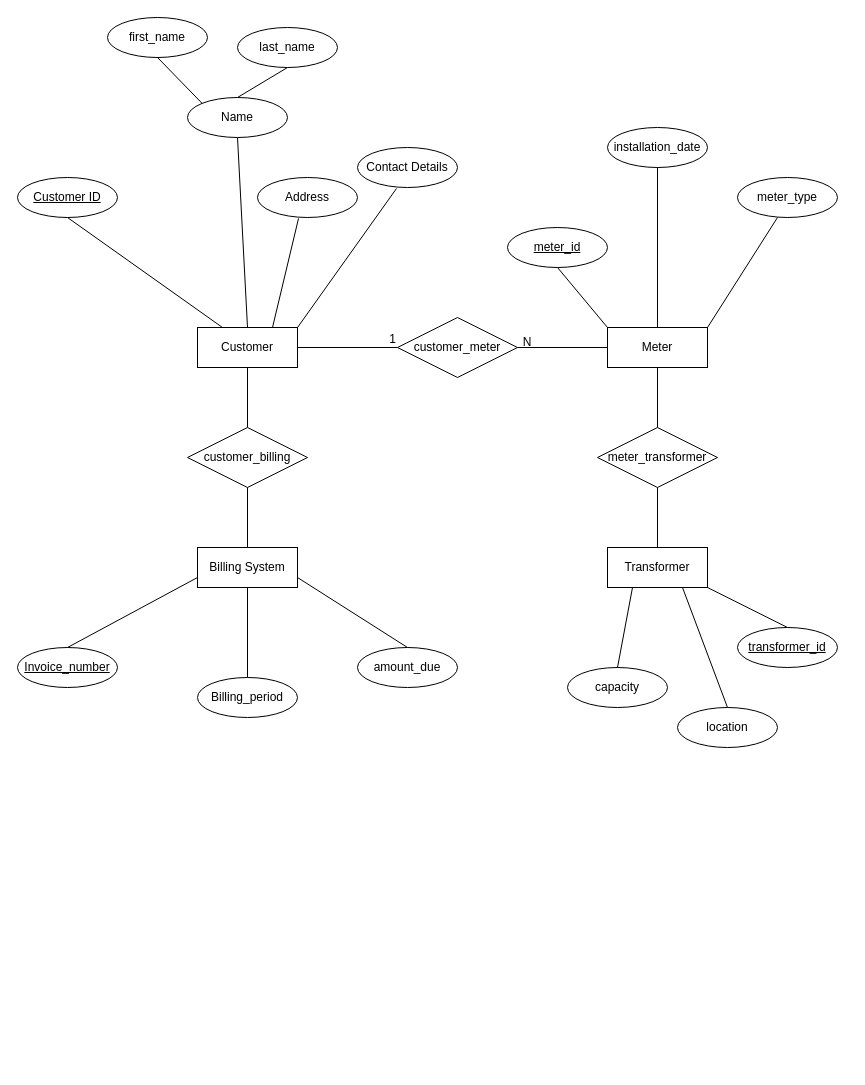
Frederick-Teye/ECG-Entity-Relationship-Diagram keeps this draw.io diagram as ECG Entity Relationship Diagram.drawio. Above is the earlier version. Source tidied: cells renumbered, new cells numbered last; positions are measured from the earlier drawing's top-left corner, leaving out a move shared by most shapes. Both pictures are drawn from the tidied source at 100%, with x=0, y=0 at pixel (17, 17).
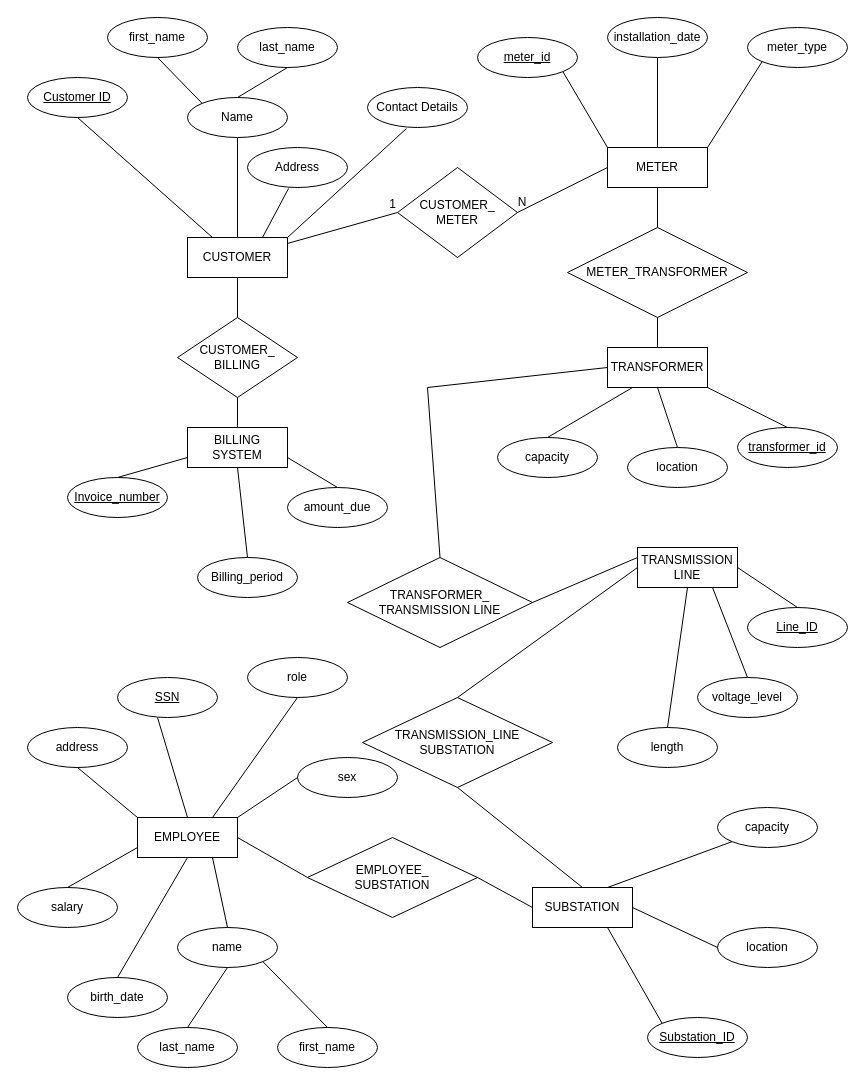
The same page after the edit.

Diff of the diagram source:
```diff
@@
-    <mxCell id="2" value="Customer" style="whiteSpace=wrap;html=1;align=center;" parent="1" vertex="1">
-      <mxGeometry x="180" y="310" width="100" height="40" as="geometry" />
+    <mxCell id="2" value="CUSTOMER" style="whiteSpace=wrap;html=1;align=center;" parent="1" vertex="1">
+      <mxGeometry x="170" y="220" width="100" height="40" as="geometry" />
     </mxCell>
     <mxCell id="3" value="Customer ID" style="ellipse;whiteSpace=wrap;html=1;align=center;fontStyle=4;" parent="1" vertex="1">
-      <mxGeometry y="160" width="100" height="40" as="geometry" />
+      <mxGeometry x="10" y="60" width="100" height="40" as="geometry" />
     </mxCell>
@@
     <mxCell id="7" value="Address" style="ellipse;whiteSpace=wrap;html=1;align=center;" parent="1" vertex="1">
-      <mxGeometry x="240" y="160" width="100" height="40" as="geometry" />
+      <mxGeometry x="230" y="130" width="100" height="40" as="geometry" />
     </mxCell>
@@
     <mxCell id="9" value="Contact Details" style="ellipse;whiteSpace=wrap;html=1;align=center;" parent="1" vertex="1">
-      <mxGeometry x="340" y="130" width="100" height="40" as="geometry" />
+      <mxGeometry x="350" y="70" width="100" height="40" as="geometry" />
     </mxCell>
@@
-    <mxCell id="15" value="Meter" style="whiteSpace=wrap;html=1;align=center;" parent="1" vertex="1">
-      <mxGeometry x="590" y="310" width="100" height="40" as="geometry" />
+    <mxCell id="15" value="METER" style="whiteSpace=wrap;html=1;align=center;" parent="1" vertex="1">
+      <mxGeometry x="590" y="130" width="100" height="40" as="geometry" />
     </mxCell>
-    <mxCell id="16" style="endArrow=none;html=1;rounded=0;exitX=0.5;exitY=1;exitDx=0;exitDy=0;entryX=0;entryY=0;entryDx=0;entryDy=0;" parent="1" edge="1" target="15">
-      <mxGeometry relative="1" as="geometry">
-        <mxPoint x="540" y="250" as="sourcePoint" />
-      </mxGeometry>
+    <mxCell id="16" style="endArrow=none;html=1;rounded=0;exitX=1;exitY=1;exitDx=0;exitDy=0;entryX=0;entryY=0;entryDx=0;entryDy=0;" parent="1" edge="1" source="26" target="15">
+      <mxGeometry relative="1" as="geometry" />
     </mxCell>
     <mxCell id="17" value="installation_date" style="ellipse;whiteSpace=wrap;html=1;align=center;" parent="1" vertex="1">
-      <mxGeometry x="590" y="110" width="100" height="40" as="geometry" />
+      <mxGeometry x="590" width="100" height="40" as="geometry" />
     </mxCell>
@@
     <mxCell id="19" value="meter_type" style="ellipse;whiteSpace=wrap;html=1;align=center;" parent="1" vertex="1">
-      <mxGeometry x="720" y="160" width="100" height="40" as="geometry" />
+      <mxGeometry x="730" y="10" width="100" height="40" as="geometry" />
     </mxCell>
-    <mxCell id="20" style="endArrow=none;html=1;rounded=0;entryX=0.5;entryY=1;entryDx=0;entryDy=0;exitX=1;exitY=0;exitDx=0;exitDy=0;" parent="1" edge="1" source="15">
-      <mxGeometry relative="1" as="geometry">
-        <mxPoint x="760" y="200" as="targetPoint" />
-      </mxGeometry>
+    <mxCell id="20" style="endArrow=none;html=1;rounded=0;entryX=0;entryY=1;entryDx=0;entryDy=0;exitX=1;exitY=0;exitDx=0;exitDy=0;" parent="1" edge="1" source="15" target="19">
+      <mxGeometry relative="1" as="geometry" />
     </mxCell>
-    <mxCell id="21" value="customer_meter" style="shape=rhombus;perimeter=rhombusPerimeter;whiteSpace=wrap;html=1;align=center;" parent="1" vertex="1">
-      <mxGeometry x="380" y="300" width="120" height="60" as="geometry" />
+    <mxCell id="21" value="CUSTOMER_&lt;div&gt;METER&lt;/div&gt;" style="shape=rhombus;perimeter=rhombusPerimeter;whiteSpace=wrap;html=1;align=center;" parent="1" vertex="1">
+      <mxGeometry x="380" y="150" width="120" height="90" as="geometry" />
     </mxCell>
-    <mxCell id="22" style="endArrow=none;html=1;rounded=0;" parent="1" edge="1" source="2">
-      <mxGeometry relative="1" as="geometry">
-        <mxPoint x="380" y="330" as="targetPoint" />
-      </mxGeometry>
+    <mxCell id="22" style="endArrow=none;html=1;rounded=0;entryX=0;entryY=0.5;entryDx=0;entryDy=0;" parent="1" edge="1" source="2" target="21">
+      <mxGeometry relative="1" as="geometry" />
     </mxCell>
@@
-    <mxCell id="24" style="endArrow=none;html=1;rounded=0;" parent="1" edge="1" source="21">
-      <mxGeometry relative="1" as="geometry">
-        <mxPoint x="590" y="330" as="targetPoint" />
-      </mxGeometry>
+    <mxCell id="24" style="endArrow=none;html=1;rounded=0;entryX=0;entryY=0.5;entryDx=0;entryDy=0;exitX=1;exitY=0.5;exitDx=0;exitDy=0;" parent="1" edge="1" source="21" target="15">
+      <mxGeometry relative="1" as="geometry" />
     </mxCell>
     <mxCell id="25" value="N" style="text;strokeColor=none;align=center;fillColor=none;html=1;verticalAlign=middle;whiteSpace=wrap;rounded=0;" parent="1" vertex="1">
-      <mxGeometry x="480" y="310" width="60" height="30" as="geometry" />
+      <mxGeometry x="475" y="170" width="60" height="30" as="geometry" />
     </mxCell>
     <mxCell id="26" value="meter_id" style="ellipse;whiteSpace=wrap;html=1;align=center;fontStyle=4;" parent="1" vertex="1">
-      <mxGeometry x="490" y="210" width="100" height="40" as="geometry" />
+      <mxGeometry x="460" y="20" width="100" height="40" as="geometry" />
     </mxCell>
-    <mxCell id="27" value="meter_transformer" style="shape=rhombus;perimeter=rhombusPerimeter;whiteSpace=wrap;html=1;align=center;" parent="1" vertex="1">
-      <mxGeometry x="580" y="410" width="120" height="60" as="geometry" />
+    <mxCell id="27" value="METER_TRANSFORMER" style="shape=rhombus;perimeter=rhombusPerimeter;whiteSpace=wrap;html=1;align=center;" parent="1" vertex="1">
+      <mxGeometry x="550" y="210" width="180" height="90" as="geometry" />
     </mxCell>
-    <mxCell id="28" style="endArrow=none;html=1;rounded=0;exitX=0.5;exitY=1;exitDx=0;exitDy=0;" parent="1" edge="1" source="15">
-      <mxGeometry relative="1" as="geometry">
-        <mxPoint x="640" y="410" as="targetPoint" />
-      </mxGeometry>
+    <mxCell id="28" style="endArrow=none;html=1;rounded=0;exitX=0.5;exitY=1;exitDx=0;exitDy=0;entryX=0.5;entryY=0;entryDx=0;entryDy=0;" parent="1" edge="1" source="15" target="27">
+      <mxGeometry relative="1" as="geometry" />
     </mxCell>
-    <mxCell id="29" value="Transformer" style="whiteSpace=wrap;html=1;align=center;" parent="1" vertex="1">
-      <mxGeometry x="590" y="530" width="100" height="40" as="geometry" />
+    <mxCell id="29" value="TRANSFORMER" style="whiteSpace=wrap;html=1;align=center;" parent="1" vertex="1">
+      <mxGeometry x="590" y="330" width="100" height="40" as="geometry" />
     </mxCell>
@@
     <mxCell id="31" value="transformer_id" style="ellipse;whiteSpace=wrap;html=1;align=center;fontStyle=4;" parent="1" vertex="1">
-      <mxGeometry x="720" y="610" width="100" height="40" as="geometry" />
+      <mxGeometry x="720" y="410" width="100" height="40" as="geometry" />
     </mxCell>
@@
     <mxCell id="33" value="location" style="ellipse;whiteSpace=wrap;html=1;align=center;" parent="1" vertex="1">
-      <mxGeometry x="660" y="690" width="100" height="40" as="geometry" />
+      <mxGeometry x="610" y="430" width="100" height="40" as="geometry" />
     </mxCell>
-    <mxCell id="34" style="endArrow=none;html=1;rounded=0;entryX=0.5;entryY=0;entryDx=0;entryDy=0;exitX=0.75;exitY=1;exitDx=0;exitDy=0;" parent="1" edge="1" source="29" target="33">
+    <mxCell id="34" style="endArrow=none;html=1;rounded=0;entryX=0.5;entryY=0;entryDx=0;entryDy=0;exitX=0.5;exitY=1;exitDx=0;exitDy=0;" parent="1" edge="1" source="29" target="33">
       <mxGeometry relative="1" as="geometry" />
     </mxCell>
     <mxCell id="35" value="capacity" style="ellipse;whiteSpace=wrap;html=1;align=center;" parent="1" vertex="1">
-      <mxGeometry x="550" y="650" width="100" height="40" as="geometry" />
+      <mxGeometry x="480" y="420" width="100" height="40" as="geometry" />
     </mxCell>
@@
-    <mxCell id="37" value="customer_billing" style="shape=rhombus;perimeter=rhombusPerimeter;whiteSpace=wrap;html=1;align=center;" parent="1" vertex="1">
-      <mxGeometry x="170" y="410" width="120" height="60" as="geometry" />
+    <mxCell id="37" value="CUSTOMER_&lt;div&gt;BILLING&lt;/div&gt;" style="shape=rhombus;perimeter=rhombusPerimeter;whiteSpace=wrap;html=1;align=center;" parent="1" vertex="1">
+      <mxGeometry x="160" y="300" width="120" height="80" as="geometry" />
     </mxCell>
@@
-    <mxCell id="39" value="Billing System" style="whiteSpace=wrap;html=1;align=center;" parent="1" vertex="1">
-      <mxGeometry x="180" y="530" width="100" height="40" as="geometry" />
+    <mxCell id="39" value="BILLING SYSTEM" style="whiteSpace=wrap;html=1;align=center;" parent="1" vertex="1">
+      <mxGeometry x="170" y="410" width="100" height="40" as="geometry" />
     </mxCell>
@@
     <mxCell id="41" value="Invoice_number" style="ellipse;whiteSpace=wrap;html=1;align=center;fontStyle=4;" parent="1" vertex="1">
-      <mxGeometry y="630" width="100" height="40" as="geometry" />
+      <mxGeometry x="50" y="460" width="100" height="40" as="geometry" />
     </mxCell>
@@
     <mxCell id="43" value="Billing_period" style="ellipse;whiteSpace=wrap;html=1;align=center;" parent="1" vertex="1">
-      <mxGeometry x="180" y="660" width="100" height="40" as="geometry" />
+      <mxGeometry x="180" y="540" width="100" height="40" as="geometry" />
     </mxCell>
@@
     <mxCell id="45" value="amount_due" style="ellipse;whiteSpace=wrap;html=1;align=center;" parent="1" vertex="1">
-      <mxGeometry x="340" y="630" width="100" height="40" as="geometry" />
+      <mxGeometry x="270" y="470" width="100" height="40" as="geometry" />
     </mxCell>
@@
+    <mxCell id="47" style="endArrow=none;html=1;rounded=0;entryX=0;entryY=0.5;entryDx=0;entryDy=0;exitX=0.5;exitY=0;exitDx=0;exitDy=0;" parent="1" edge="1" source="48" target="29">
+      <mxGeometry relative="1" as="geometry">
+        <Array as="points">
+          <mxPoint x="410" y="370" />
+        </Array>
+      </mxGeometry>
+    </mxCell>
+    <mxCell id="48" value="TRANSFORMER_&lt;div&gt;TRANSMISSION LINE&lt;/div&gt;" style="shape=rhombus;perimeter=rhombusPerimeter;whiteSpace=wrap;html=1;align=center;" parent="1" vertex="1">
+      <mxGeometry x="330" y="540" width="185" height="90" as="geometry" />
+    </mxCell>
+    <mxCell id="49" value="TRANSMISSION LINE" style="whiteSpace=wrap;html=1;align=center;" parent="1" vertex="1">
+      <mxGeometry x="620" y="530" width="100" height="40" as="geometry" />
+    </mxCell>
+    <mxCell id="50" style="endArrow=none;html=1;rounded=0;entryX=0;entryY=0.25;entryDx=0;entryDy=0;exitX=1;exitY=0.5;exitDx=0;exitDy=0;" parent="1" edge="1" source="48" target="49">
+      <mxGeometry relative="1" as="geometry" />
+    </mxCell>
+    <mxCell id="51" value="Line_ID" style="ellipse;whiteSpace=wrap;html=1;align=center;fontStyle=4;" parent="1" vertex="1">
+      <mxGeometry x="730" y="590" width="100" height="40" as="geometry" />
+    </mxCell>
+    <mxCell id="52" style="endArrow=none;html=1;rounded=0;entryX=0.5;entryY=0;entryDx=0;entryDy=0;exitX=1;exitY=0.5;exitDx=0;exitDy=0;" parent="1" edge="1" source="49" target="51">
+      <mxGeometry relative="1" as="geometry" />
+    </mxCell>
+    <mxCell id="53" value="voltage_level" style="ellipse;whiteSpace=wrap;html=1;align=center;" parent="1" vertex="1">
+      <mxGeometry x="680" y="660" width="100" height="40" as="geometry" />
+    </mxCell>
+    <mxCell id="54" style="endArrow=none;html=1;rounded=0;entryX=0.5;entryY=0;entryDx=0;entryDy=0;exitX=0.75;exitY=1;exitDx=0;exitDy=0;" parent="1" edge="1" source="49" target="53">
+      <mxGeometry relative="1" as="geometry" />
+    </mxCell>
+    <mxCell id="55" value="length" style="ellipse;whiteSpace=wrap;html=1;align=center;" parent="1" vertex="1">
+      <mxGeometry x="600" y="710" width="100" height="40" as="geometry" />
+    </mxCell>
+    <mxCell id="56" style="endArrow=none;html=1;rounded=0;entryX=0.5;entryY=1;entryDx=0;entryDy=0;exitX=0.5;exitY=0;exitDx=0;exitDy=0;" parent="1" edge="1" source="55" target="49">
+      <mxGeometry relative="1" as="geometry" />
+    </mxCell>
+    <mxCell id="57" value="TRANSMISSION_LINE&lt;div&gt;SUBSTATION&lt;/div&gt;" style="shape=rhombus;perimeter=rhombusPerimeter;whiteSpace=wrap;html=1;align=center;" parent="1" vertex="1">
+      <mxGeometry x="345" y="680" width="190" height="90" as="geometry" />
+    </mxCell>
+    <mxCell id="58" style="endArrow=none;html=1;rounded=0;entryX=0;entryY=0.5;entryDx=0;entryDy=0;exitX=0.5;exitY=0;exitDx=0;exitDy=0;" parent="1" edge="1" source="57" target="49">
+      <mxGeometry relative="1" as="geometry" />
+    </mxCell>
+    <mxCell id="59" value="SUBSTATION" style="whiteSpace=wrap;html=1;align=center;" parent="1" vertex="1">
+      <mxGeometry x="515" y="870" width="100" height="40" as="geometry" />
+    </mxCell>
+    <mxCell id="60" style="endArrow=none;html=1;rounded=0;exitX=0.5;exitY=1;exitDx=0;exitDy=0;entryX=0.5;entryY=0;entryDx=0;entryDy=0;" parent="1" edge="1" source="57" target="59">
+      <mxGeometry relative="1" as="geometry" />
+    </mxCell>
+    <mxCell id="61" value="capacity" style="ellipse;whiteSpace=wrap;html=1;align=center;" parent="1" vertex="1">
+      <mxGeometry x="700" y="790" width="100" height="40" as="geometry" />
+    </mxCell>
+    <mxCell id="62" style="endArrow=none;html=1;rounded=0;entryX=0;entryY=1;entryDx=0;entryDy=0;exitX=0.75;exitY=0;exitDx=0;exitDy=0;" parent="1" edge="1" source="59" target="61">
+      <mxGeometry relative="1" as="geometry" />
+    </mxCell>
+    <mxCell id="63" value="location" style="ellipse;whiteSpace=wrap;html=1;align=center;" parent="1" vertex="1">
+      <mxGeometry x="700" y="910" width="100" height="40" as="geometry" />
+    </mxCell>
+    <mxCell id="64" style="endArrow=none;html=1;rounded=0;entryX=0;entryY=0.5;entryDx=0;entryDy=0;exitX=1;exitY=0.5;exitDx=0;exitDy=0;" parent="1" edge="1" source="59" target="63">
+      <mxGeometry relative="1" as="geometry" />
+    </mxCell>
+    <mxCell id="65" value="Substation_ID" style="ellipse;whiteSpace=wrap;html=1;align=center;fontStyle=4;" parent="1" vertex="1">
+      <mxGeometry x="630" y="1000" width="100" height="40" as="geometry" />
+    </mxCell>
+    <mxCell id="66" style="endArrow=none;html=1;rounded=0;entryX=0;entryY=0;entryDx=0;entryDy=0;exitX=0.75;exitY=1;exitDx=0;exitDy=0;" parent="1" edge="1" source="59" target="65">
+      <mxGeometry relative="1" as="geometry" />
+    </mxCell>
+    <mxCell id="67" value="EMPLOYEE_&lt;div&gt;SUBSTATION&lt;/div&gt;" style="shape=rhombus;perimeter=rhombusPerimeter;whiteSpace=wrap;html=1;align=center;" parent="1" vertex="1">
+      <mxGeometry x="290" y="820" width="170" height="80" as="geometry" />
+    </mxCell>
+    <mxCell id="68" style="endArrow=none;html=1;rounded=0;entryX=0;entryY=0.5;entryDx=0;entryDy=0;exitX=1;exitY=0.5;exitDx=0;exitDy=0;" parent="1" edge="1" source="67" target="59">
+      <mxGeometry relative="1" as="geometry" />
+    </mxCell>
+    <mxCell id="69" value="EMPLOYEE" style="whiteSpace=wrap;html=1;align=center;" parent="1" vertex="1">
+      <mxGeometry x="120" y="800" width="100" height="40" as="geometry" />
+    </mxCell>
+    <mxCell id="70" style="endArrow=none;html=1;rounded=0;entryX=0;entryY=0.5;entryDx=0;entryDy=0;exitX=1;exitY=0.5;exitDx=0;exitDy=0;" parent="1" edge="1" source="69" target="67">
+      <mxGeometry relative="1" as="geometry" />
+    </mxCell>
+    <mxCell id="71" value="role" style="ellipse;whiteSpace=wrap;html=1;align=center;" parent="1" vertex="1">
+      <mxGeometry x="230" y="640" width="100" height="40" as="geometry" />
+    </mxCell>
+    <mxCell id="72" style="endArrow=none;html=1;rounded=0;entryX=0.5;entryY=1;entryDx=0;entryDy=0;exitX=0.75;exitY=0;exitDx=0;exitDy=0;" parent="1" edge="1" source="69" target="71">
+      <mxGeometry relative="1" as="geometry" />
+    </mxCell>
+    <mxCell id="73" value="name" style="ellipse;whiteSpace=wrap;html=1;align=center;" parent="1" vertex="1">
+      <mxGeometry x="160" y="910" width="100" height="40" as="geometry" />
+    </mxCell>
+    <mxCell id="74" style="endArrow=none;html=1;rounded=0;entryX=0.5;entryY=0;entryDx=0;entryDy=0;exitX=0.75;exitY=1;exitDx=0;exitDy=0;" parent="1" edge="1" source="69" target="73">
+      <mxGeometry relative="1" as="geometry" />
+    </mxCell>
+    <mxCell id="75" value="first_name" style="ellipse;whiteSpace=wrap;html=1;align=center;" parent="1" vertex="1">
+      <mxGeometry x="260" y="1010" width="100" height="40" as="geometry" />
+    </mxCell>
+    <mxCell id="76" value="last_name" style="ellipse;whiteSpace=wrap;html=1;align=center;" parent="1" vertex="1">
+      <mxGeometry x="120" y="1010" width="100" height="40" as="geometry" />
+    </mxCell>
+    <mxCell id="77" style="endArrow=none;html=1;rounded=0;entryX=1;entryY=1;entryDx=0;entryDy=0;exitX=0.5;exitY=0;exitDx=0;exitDy=0;" parent="1" edge="1" source="75" target="73">
+      <mxGeometry relative="1" as="geometry" />
+    </mxCell>
+    <mxCell id="78" style="endArrow=none;html=1;rounded=0;entryX=0.5;entryY=1;entryDx=0;entryDy=0;exitX=0.5;exitY=0;exitDx=0;exitDy=0;" parent="1" edge="1" source="76" target="73">
+      <mxGeometry relative="1" as="geometry" />
+    </mxCell>
+    <mxCell id="79" style="endArrow=none;html=1;rounded=0;entryX=0.5;entryY=0;entryDx=0;entryDy=0;exitX=0.5;exitY=1;exitDx=0;exitDy=0;" parent="1" edge="1" target="69">
+      <mxGeometry relative="1" as="geometry">
+        <mxPoint x="140" y="700" as="sourcePoint" />
+      </mxGeometry>
+    </mxCell>
+    <mxCell id="80" value="SSN" style="ellipse;whiteSpace=wrap;html=1;align=center;fontStyle=4;" parent="1" vertex="1">
+      <mxGeometry x="100" y="660" width="100" height="40" as="geometry" />
+    </mxCell>
+    <mxCell id="81" value="address" style="ellipse;whiteSpace=wrap;html=1;align=center;" parent="1" vertex="1">
+      <mxGeometry x="10" y="710" width="100" height="40" as="geometry" />
+    </mxCell>
+    <mxCell id="82" style="endArrow=none;html=1;rounded=0;entryX=0;entryY=0;entryDx=0;entryDy=0;exitX=0.5;exitY=1;exitDx=0;exitDy=0;" parent="1" edge="1" source="81" target="69">
+      <mxGeometry relative="1" as="geometry" />
+    </mxCell>
+    <mxCell id="83" value="sex" style="ellipse;whiteSpace=wrap;html=1;align=center;" parent="1" vertex="1">
+      <mxGeometry x="280" y="740" width="100" height="40" as="geometry" />
+    </mxCell>
+    <mxCell id="84" style="endArrow=none;html=1;rounded=0;entryX=0;entryY=0.5;entryDx=0;entryDy=0;exitX=1;exitY=0;exitDx=0;exitDy=0;" parent="1" edge="1" source="69" target="83">
+      <mxGeometry relative="1" as="geometry" />
+    </mxCell>
+    <mxCell id="85" value="birth_date" style="ellipse;whiteSpace=wrap;html=1;align=center;" parent="1" vertex="1">
+      <mxGeometry x="50" y="960" width="100" height="40" as="geometry" />
+    </mxCell>
+    <mxCell id="86" style="endArrow=none;html=1;rounded=0;entryX=0.5;entryY=1;entryDx=0;entryDy=0;exitX=0.5;exitY=0;exitDx=0;exitDy=0;" parent="1" edge="1" source="85" target="69">
+      <mxGeometry relative="1" as="geometry" />
+    </mxCell>
+    <mxCell id="87" value="salary" style="ellipse;whiteSpace=wrap;html=1;align=center;" parent="1" vertex="1">
+      <mxGeometry y="870" width="100" height="40" as="geometry" />
+    </mxCell>
+    <mxCell id="88" style="endArrow=none;html=1;rounded=0;entryX=0;entryY=0.75;entryDx=0;entryDy=0;exitX=0.5;exitY=0;exitDx=0;exitDy=0;" parent="1" edge="1" source="87" target="69">
+      <mxGeometry relative="1" as="geometry" />
+    </mxCell>
```
